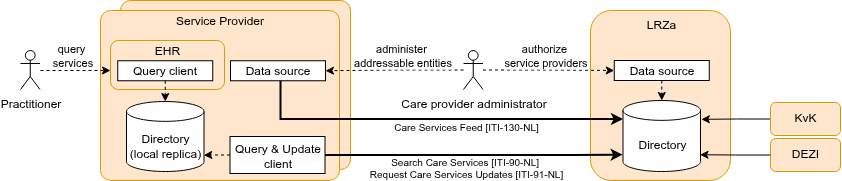
Earlier version of the draw.io export input/images/careservices-overview-transactions.png (minvws/generiekefuncties-docs). Source tidied: cells renumbered, new cells last; positions are measured from the earlier drawing's top-left corner, leaving out a move shared by most shapes.
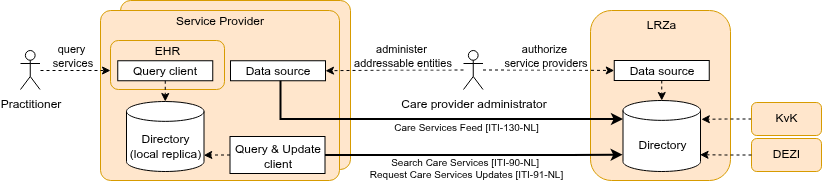
The same file after the commit.

Change to the diagram source:
```diff
@@ -95,18 +95,18 @@
     <mxCell id="26" style="edgeStyle=none;jettySize=auto;html=1;rounded=0;dashed=1;entryX=0.5;entryY=0;entryDx=0;entryDy=0;entryPerimeter=0;exitX=0.5;exitY=1;exitDx=0;exitDy=0;" parent="1" edge="1" source="14" target="12">
       <mxGeometry relative="1" as="geometry" />
     </mxCell>
-    <mxCell id="27" style="edgeStyle=orthogonalEdgeStyle;rounded=0;jettySize=auto;html=1;entryX=1.011;entryY=0.209;entryDx=0;entryDy=0;entryPerimeter=0;" parent="1" edge="1" source="28">
+    <mxCell id="27" style="edgeStyle=orthogonalEdgeStyle;rounded=0;jettySize=auto;html=1;entryX=1.011;entryY=0.209;entryDx=0;entryDy=0;entryPerimeter=0;dashed=1;" parent="1" edge="1" source="28">
       <mxGeometry relative="1" as="geometry">
         <mxPoint x="680.9" y="118.8" as="targetPoint" />
       </mxGeometry>
     </mxCell>
     <mxCell id="28" value="KvK" style="rounded=1;whiteSpace=wrap;html=1;verticalAlign=middle;align=center;fillColor=#ffe6cc;strokeColor=#d79b00;horizontal=1;arcSize=16;spacingTop=-4;" parent="1" vertex="1">
-      <mxGeometry x="750" y="102" width="70" height="33" as="geometry" />
+      <mxGeometry x="731" y="102" width="70" height="33" as="geometry" />
     </mxCell>
     <mxCell id="29" value="DEZI" style="rounded=1;whiteSpace=wrap;html=1;verticalAlign=middle;align=center;fillColor=#ffe6cc;strokeColor=#d79b00;horizontal=1;arcSize=16;spacingTop=-4;" parent="1" vertex="1">
-      <mxGeometry x="750" y="138" width="70" height="33" as="geometry" />
+      <mxGeometry x="731" y="138" width="70" height="33" as="geometry" />
     </mxCell>
-    <mxCell id="30" style="edgeStyle=orthogonalEdgeStyle;rounded=0;jettySize=auto;html=1;entryX=0.994;entryY=0.764;entryDx=0;entryDy=0;entryPerimeter=0;" parent="1" edge="1" source="29" target="5">
+    <mxCell id="30" style="edgeStyle=orthogonalEdgeStyle;rounded=0;jettySize=auto;html=1;entryX=0.994;entryY=0.764;entryDx=0;entryDy=0;entryPerimeter=0;dashed=1;" parent="1" edge="1" source="29" target="5">
       <mxGeometry relative="1" as="geometry" />
     </mxCell>
   </root>
```
